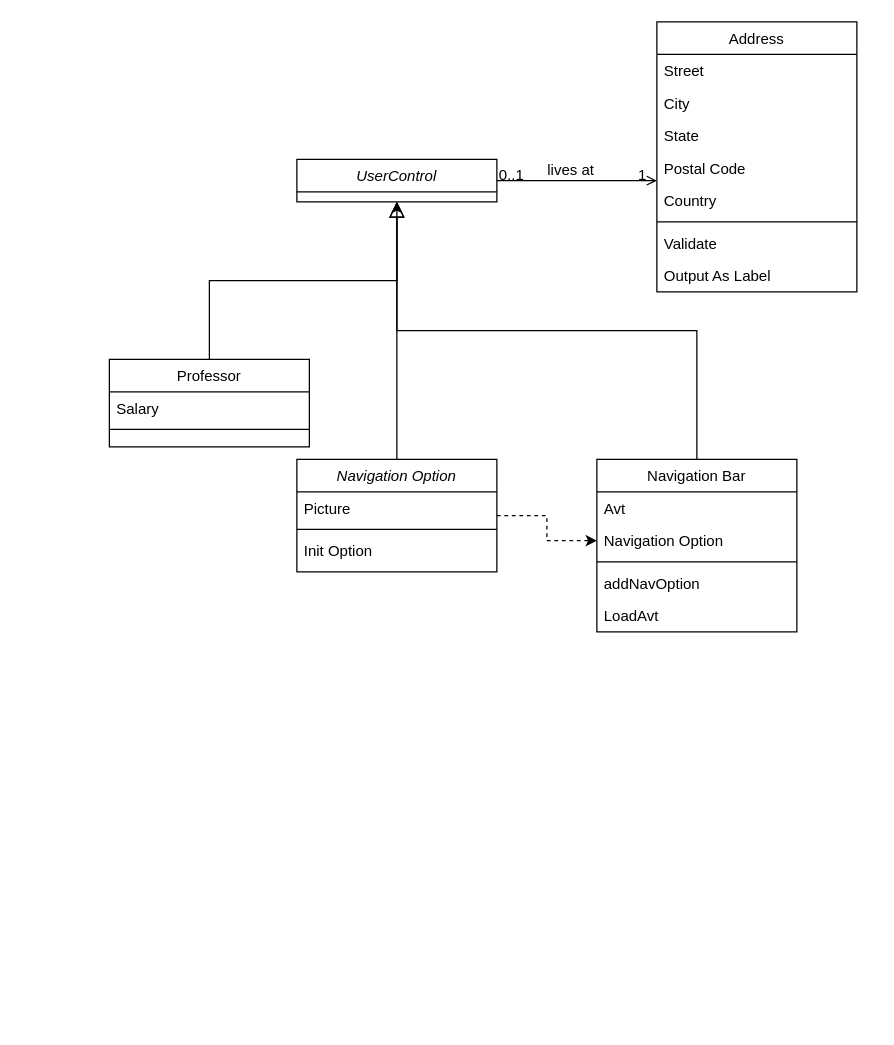
This is images/Untitled Diagram.drawio from NhaDo/Note-Management, a draw.io file, before an edit. Source tidied: cells renumbered, new cells numbered last; positions are measured from the earlier drawing's top-left corner, leaving out a move shared by most shapes. Both pictures are drawn from the tidied source at 125%, with x=0, y=0 at pixel (109, 21).
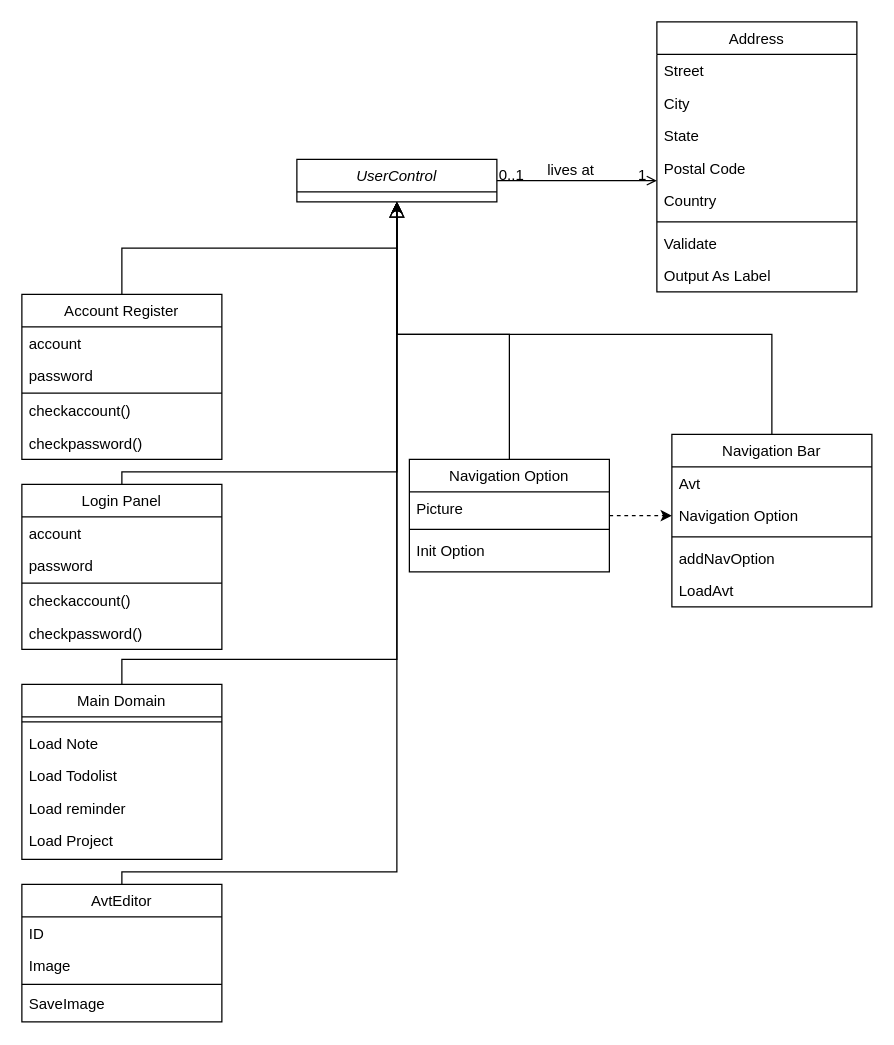
After the change.

Unchanged cells that the change refers to:
```xml
<mxCell id="2" value="UserControl" style="swimlane;fontStyle=2;align=center;verticalAlign=top;horizontal=1;startSize=26;rounded=0;shadow=0;strokeWidth=1;" parent="1" vertex="1">
  <mxGeometry x="150" y="110" width="160" height="34" as="geometry" />
</mxCell>
```

Diff of the diagram source:
```diff
@@
     <mxCell id="3" value="Navigation Bar&#10;" style="swimlane;fontStyle=0;align=center;verticalAlign=top;horizontal=1;startSize=26;rounded=0;shadow=0;strokeWidth=1;" parent="1" vertex="1">
-      <mxGeometry x="390" y="350" width="160" height="138" as="geometry" />
+      <mxGeometry x="450" y="330" width="160" height="138" as="geometry" />
     </mxCell>
@@
     <mxCell id="9" style="endArrow=block;endSize=10;endFill=0;shadow=0;strokeWidth=1;rounded=0;edgeStyle=elbowEdgeStyle;elbow=vertical;" parent="1" edge="1" source="3" target="2">
-      <mxGeometry relative="1" as="geometry" />
+      <mxGeometry relative="1" as="geometry">
+        <Array as="points">
+          <mxPoint x="350" y="250" />
+        </Array>
+      </mxGeometry>
     </mxCell>
-    <mxCell id="10" value="Professor" style="swimlane;fontStyle=0;align=center;verticalAlign=top;horizontal=1;startSize=26;rounded=0;shadow=0;strokeWidth=1;" parent="1" vertex="1">
-      <mxGeometry y="270" width="160" height="70" as="geometry" />
+    <mxCell id="10" value="Account Register" style="swimlane;fontStyle=0;align=center;verticalAlign=top;horizontal=1;startSize=26;rounded=0;shadow=0;strokeWidth=1;" parent="1" vertex="1">
+      <mxGeometry x="-70" y="218" width="160" height="132" as="geometry" />
     </mxCell>
-    <mxCell id="11" value="Salary" style="text;align=left;verticalAlign=top;spacingLeft=4;spacingRight=4;overflow=hidden;" parent="10" vertex="1">
+    <mxCell id="11" value="account&#10;" style="text;align=left;verticalAlign=top;spacingLeft=4;spacingRight=4;overflow=hidden;" parent="10" vertex="1">
       <mxGeometry y="26" width="160" height="26" as="geometry" />
     </mxCell>
+    <mxCell id="33" value="password&#10;" style="text;align=left;verticalAlign=top;spacingLeft=4;spacingRight=4;overflow=hidden;" parent="10" vertex="1">
+      <mxGeometry y="52" width="160" height="26" as="geometry" />
+    </mxCell>
     <mxCell id="12" style="line;html=1;strokeWidth=1;align=left;verticalAlign=middle;spacingTop=-1;spacingLeft=3;spacingRight=3;labelPosition=right;" parent="10" vertex="1">
-      <mxGeometry y="52" width="160" height="8" as="geometry" />
+      <mxGeometry y="78" width="160" height="2" as="geometry" />
     </mxCell>
+    <mxCell id="34" value="checkaccount()&#10;" style="text;align=left;verticalAlign=top;spacingLeft=4;spacingRight=4;overflow=hidden;" parent="10" vertex="1">
+      <mxGeometry y="80" width="160" height="26" as="geometry" />
+    </mxCell>
+    <mxCell id="35" value="checkpassword()" style="text;align=left;verticalAlign=top;spacingLeft=4;spacingRight=4;overflow=hidden;" parent="10" vertex="1">
+      <mxGeometry y="106" width="160" height="26" as="geometry" />
+    </mxCell>
@@
     <mxCell id="27" style="edgeStyle=orthogonalEdgeStyle;rounded=0;jettySize=auto;html=1;" parent="1" edge="1" source="29" target="2">
-      <mxGeometry relative="1" as="geometry" />
+      <mxGeometry relative="1" as="geometry">
+        <Array as="points">
+          <mxPoint x="320" y="250" />
+          <mxPoint x="230" y="250" />
+        </Array>
+      </mxGeometry>
     </mxCell>
@@
-    <mxCell id="29" value="Navigation Option" style="swimlane;fontStyle=2;align=center;verticalAlign=top;horizontal=1;startSize=26;rounded=0;shadow=0;strokeWidth=1;" parent="1" vertex="1">
-      <mxGeometry x="150" y="350" width="160" height="90" as="geometry" />
+    <mxCell id="29" value="Navigation Option" style="swimlane;fontStyle=0;align=center;verticalAlign=top;horizontal=1;startSize=26;rounded=0;shadow=0;strokeWidth=1;" parent="1" vertex="1">
+      <mxGeometry x="240" y="350" width="160" height="90" as="geometry" />
     </mxCell>
@@
+    <mxCell id="36" style="edgeStyle=orthogonalEdgeStyle;rounded=0;jettySize=auto;html=1;" parent="1" edge="1" source="37" target="2">
+      <mxGeometry relative="1" as="geometry">
+        <Array as="points">
+          <mxPoint x="10" y="360" />
+          <mxPoint x="230" y="360" />
+        </Array>
+      </mxGeometry>
+    </mxCell>
+    <mxCell id="37" value="Login Panel" style="swimlane;fontStyle=0;align=center;verticalAlign=top;horizontal=1;startSize=26;rounded=0;shadow=0;strokeWidth=1;" parent="1" vertex="1">
+      <mxGeometry x="-70" y="370" width="160" height="132" as="geometry" />
+    </mxCell>
+    <mxCell id="38" value="account&#10;" style="text;align=left;verticalAlign=top;spacingLeft=4;spacingRight=4;overflow=hidden;" parent="37" vertex="1">
+      <mxGeometry y="26" width="160" height="26" as="geometry" />
+    </mxCell>
+    <mxCell id="39" value="password&#10;" style="text;align=left;verticalAlign=top;spacingLeft=4;spacingRight=4;overflow=hidden;" parent="37" vertex="1">
+      <mxGeometry y="52" width="160" height="26" as="geometry" />
+    </mxCell>
+    <mxCell id="40" style="line;html=1;strokeWidth=1;align=left;verticalAlign=middle;spacingTop=-1;spacingLeft=3;spacingRight=3;labelPosition=right;" parent="37" vertex="1">
+      <mxGeometry y="78" width="160" height="2" as="geometry" />
+    </mxCell>
+    <mxCell id="41" value="checkaccount()&#10;" style="text;align=left;verticalAlign=top;spacingLeft=4;spacingRight=4;overflow=hidden;" parent="37" vertex="1">
+      <mxGeometry y="80" width="160" height="26" as="geometry" />
+    </mxCell>
+    <mxCell id="42" value="checkpassword()" style="text;align=left;verticalAlign=top;spacingLeft=4;spacingRight=4;overflow=hidden;" parent="37" vertex="1">
+      <mxGeometry y="106" width="160" height="26" as="geometry" />
+    </mxCell>
+    <mxCell id="43" style="edgeStyle=orthogonalEdgeStyle;rounded=0;jettySize=auto;html=1;" parent="1" edge="1" source="44" target="2">
+      <mxGeometry relative="1" as="geometry">
+        <Array as="points">
+          <mxPoint x="10" y="510" />
+          <mxPoint x="230" y="510" />
+        </Array>
+      </mxGeometry>
+    </mxCell>
+    <mxCell id="44" value="Main Domain" style="swimlane;fontStyle=0;align=center;verticalAlign=top;horizontal=1;startSize=26;rounded=0;shadow=0;strokeWidth=1;" parent="1" vertex="1">
+      <mxGeometry x="-70" y="530" width="160" height="140" as="geometry" />
+    </mxCell>
+    <mxCell id="45" style="line;html=1;strokeWidth=1;align=left;verticalAlign=middle;spacingTop=-1;spacingLeft=3;spacingRight=3;labelPosition=right;" parent="44" vertex="1">
+      <mxGeometry y="26" width="160" height="8" as="geometry" />
+    </mxCell>
+    <mxCell id="46" value="Load Note" style="text;align=left;verticalAlign=top;spacingLeft=4;spacingRight=4;overflow=hidden;" parent="44" vertex="1">
+      <mxGeometry y="34" width="160" height="26" as="geometry" />
+    </mxCell>
+    <mxCell id="47" value="Load Todolist" style="text;align=left;verticalAlign=top;spacingLeft=4;spacingRight=4;overflow=hidden;" parent="44" vertex="1">
+      <mxGeometry y="60" width="160" height="26" as="geometry" />
+    </mxCell>
+    <mxCell id="48" value="Load reminder" style="text;align=left;verticalAlign=top;spacingLeft=4;spacingRight=4;overflow=hidden;" parent="44" vertex="1">
+      <mxGeometry y="86" width="160" height="26" as="geometry" />
+    </mxCell>
+    <mxCell id="49" value="Load Project" style="text;align=left;verticalAlign=top;spacingLeft=4;spacingRight=4;overflow=hidden;" parent="44" vertex="1">
+      <mxGeometry y="112" width="160" height="26" as="geometry" />
+    </mxCell>
+    <mxCell id="50" style="edgeStyle=orthogonalEdgeStyle;rounded=0;jettySize=auto;html=1;" parent="1" edge="1" source="51" target="2">
+      <mxGeometry relative="1" as="geometry">
+        <Array as="points">
+          <mxPoint x="10" y="680" />
+          <mxPoint x="230" y="680" />
+        </Array>
+      </mxGeometry>
+    </mxCell>
+    <mxCell id="51" value="AvtEditor" style="swimlane;fontStyle=0;align=center;verticalAlign=top;horizontal=1;startSize=26;rounded=0;shadow=0;strokeWidth=1;" parent="1" vertex="1">
+      <mxGeometry x="-70" y="690" width="160" height="110" as="geometry" />
+    </mxCell>
+    <mxCell id="52" value="ID" style="text;align=left;verticalAlign=top;spacingLeft=4;spacingRight=4;overflow=hidden;" parent="51" vertex="1">
+      <mxGeometry y="26" width="160" height="26" as="geometry" />
+    </mxCell>
+    <mxCell id="53" value="Image" style="text;align=left;verticalAlign=top;spacingLeft=4;spacingRight=4;overflow=hidden;" parent="51" vertex="1">
+      <mxGeometry y="52" width="160" height="26" as="geometry" />
+    </mxCell>
+    <mxCell id="54" style="line;html=1;strokeWidth=1;align=left;verticalAlign=middle;spacingTop=-1;spacingLeft=3;spacingRight=3;labelPosition=right;" parent="51" vertex="1">
+      <mxGeometry y="78" width="160" height="4" as="geometry" />
+    </mxCell>
+    <mxCell id="55" value="SaveImage" style="text;align=left;verticalAlign=top;spacingLeft=4;spacingRight=4;overflow=hidden;" parent="51" vertex="1">
+      <mxGeometry y="82" width="160" height="26" as="geometry" />
+    </mxCell>
```
